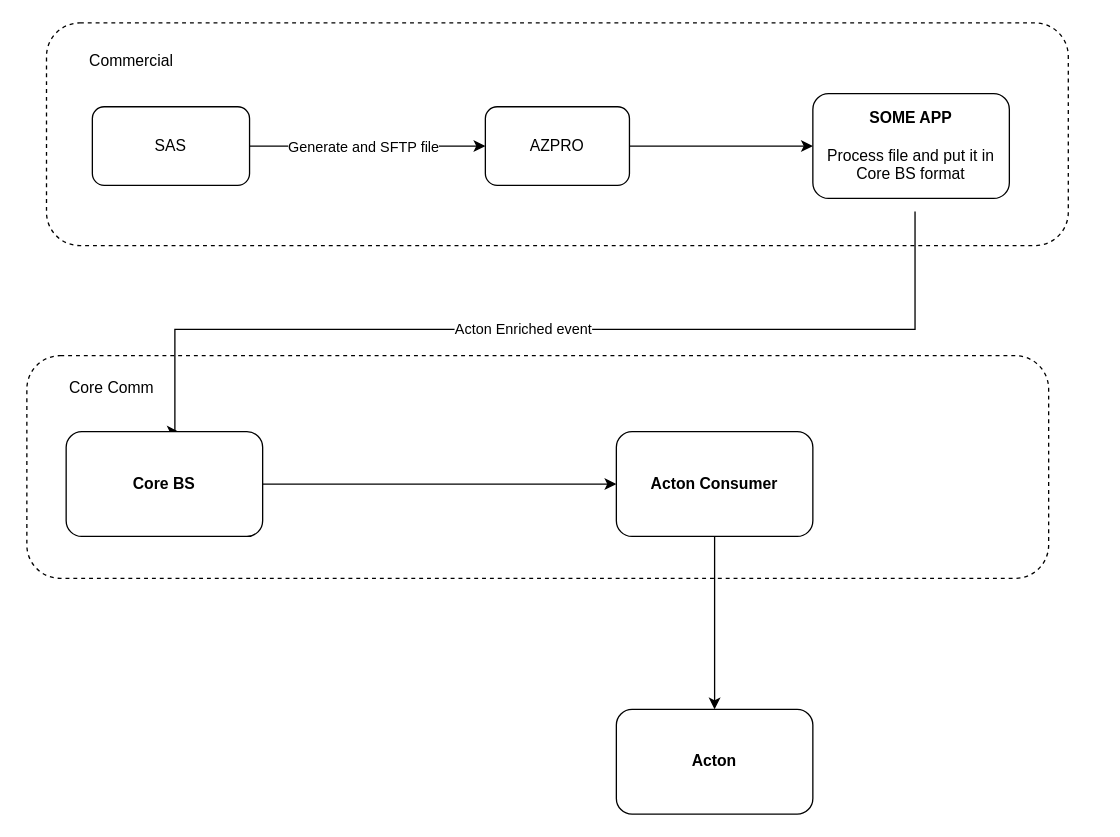
AarellanoH/draw_io keeps this draw.io diagram as page "Page-1" (1 of 2) of drawings/Rebates Acton.drawio. Above is the earlier version. Source tidied: cells renumbered, new cells numbered last; positions are measured from the earlier drawing's top-left corner, leaving out a move shared by most shapes. Both pictures are drawn from the tidied source at 131%, with x=0, y=0 at pixel (26, 22).
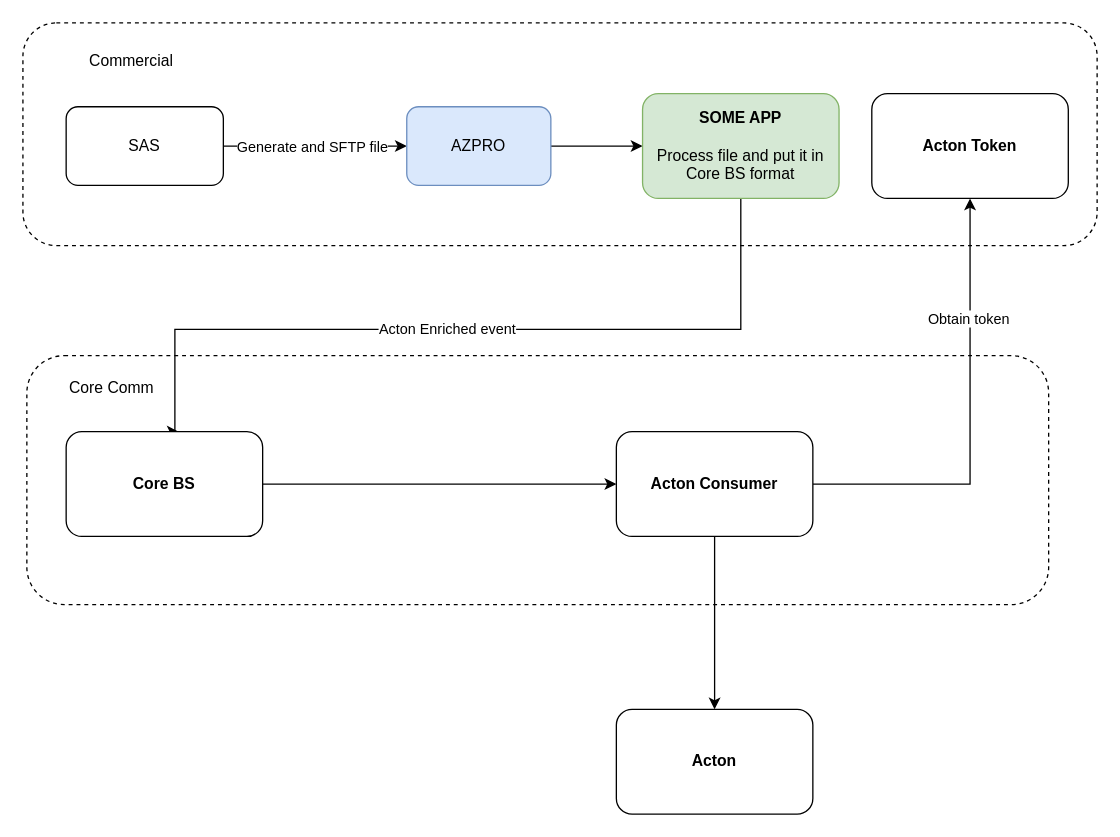
The same diagram, later.

Unchanged cells that the change refers to:
```xml
<mxCell id="12" value="&lt;div&gt;&lt;b&gt;Core BS&lt;/b&gt;&lt;/div&gt;" style="rounded=1;whiteSpace=wrap;html=1;" parent="1" vertex="1">
  <mxGeometry x="30" y="312" width="150" height="80" as="geometry" />
</mxCell>
<mxCell id="14" value="&lt;div&gt;&lt;b&gt;Acton Consumer&lt;/b&gt;&lt;/div&gt;" style="rounded=1;whiteSpace=wrap;html=1;" parent="1" vertex="1">
  <mxGeometry x="450" y="312" width="150" height="80" as="geometry" />
</mxCell>
```

Change to the diagram source:
```diff
@@
+    <mxCell id="17" style="rounded=1;whiteSpace=wrap;html=1;fillColor=none;dashed=1;" parent="1" vertex="1">
+      <mxGeometry y="254" width="780" height="190" as="geometry" />
+    </mxCell>
     <mxCell id="2" style="rounded=1;whiteSpace=wrap;html=1;fillColor=none;dashed=1;" parent="1" vertex="1">
-      <mxGeometry x="15" width="780" height="170" as="geometry" />
+      <mxGeometry x="-3" width="820" height="170" as="geometry" />
     </mxCell>
@@
     <mxCell id="5" value="SAS" style="rounded=1;whiteSpace=wrap;html=1;" parent="1" vertex="1">
-      <mxGeometry x="50" y="64" width="120" height="60" as="geometry" />
+      <mxGeometry x="30" y="64" width="120" height="60" as="geometry" />
     </mxCell>
@@
-    <mxCell id="7" value="AZPRO" style="rounded=1;whiteSpace=wrap;html=1;" parent="1" vertex="1">
-      <mxGeometry x="350" y="64" width="110" height="60" as="geometry" />
+    <mxCell id="7" value="AZPRO" style="rounded=1;whiteSpace=wrap;html=1;fillColor=#dae8fc;strokeColor=#6c8ebf;" parent="1" vertex="1">
+      <mxGeometry x="290" y="64" width="110" height="60" as="geometry" />
     </mxCell>
-    <mxCell id="8" style="edgeStyle=orthogonalEdgeStyle;rounded=0;jettySize=auto;html=1;entryX=0.573;entryY=0;entryDx=0;entryDy=0;entryPerimeter=0;" parent="1" edge="1" target="12">
+    <mxCell id="8" style="edgeStyle=orthogonalEdgeStyle;rounded=0;jettySize=auto;html=1;entryX=0.573;entryY=0;entryDx=0;entryDy=0;entryPerimeter=0;exitX=0.5;exitY=1;exitDx=0;exitDy=0;" parent="1" edge="1" source="10" target="12">
       <mxGeometry relative="1" as="geometry">
-        <mxPoint x="678" y="144" as="sourcePoint" />
         <Array as="points">
-          <mxPoint x="678" y="234" />
+          <mxPoint x="545" y="234" />
           <mxPoint x="113" y="234" />
           <mxPoint x="113" y="312" />
         </Array>
       </mxGeometry>
     </mxCell>
@@
-    <mxCell id="10" value="&lt;div&gt;&lt;b&gt;SOME APP&lt;/b&gt;&lt;/div&gt;&lt;div&gt;&lt;br&gt;&lt;/div&gt;Process file and put it in Core BS format" style="rounded=1;whiteSpace=wrap;html=1;" parent="1" vertex="1">
-      <mxGeometry x="600" y="54" width="150" height="80" as="geometry" />
+    <mxCell id="10" value="&lt;div&gt;&lt;b&gt;SOME APP&lt;/b&gt;&lt;/div&gt;&lt;div&gt;&lt;br&gt;&lt;/div&gt;Process file and put it in Core BS format" style="rounded=1;whiteSpace=wrap;html=1;fillColor=#d5e8d4;strokeColor=#82b366;" parent="1" vertex="1">
+      <mxGeometry x="470" y="54" width="150" height="80" as="geometry" />
     </mxCell>
@@
+    <mxCell id="19" style="edgeStyle=orthogonalEdgeStyle;rounded=0;jettySize=auto;html=1;" parent="1" edge="1" source="14" target="21">
+      <mxGeometry relative="1" as="geometry" />
+    </mxCell>
+    <mxCell id="20" value="Obtain token" style="edgeLabel;html=1;align=center;verticalAlign=middle;" parent="19" vertex="1">
+      <mxGeometry x="0.46" y="2" relative="1" as="geometry" />
+    </mxCell>
@@
-    <mxCell id="17" style="rounded=1;whiteSpace=wrap;html=1;fillColor=none;dashed=1;" parent="1" vertex="1">
-      <mxGeometry y="254" width="780" height="170" as="geometry" />
-    </mxCell>
@@
+    <mxCell id="21" value="&lt;div&gt;&lt;b&gt;Acton Token&lt;/b&gt;&lt;/div&gt;" style="rounded=1;whiteSpace=wrap;html=1;" parent="1" vertex="1">
+      <mxGeometry x="645" y="54" width="150" height="80" as="geometry" />
+    </mxCell>
```
